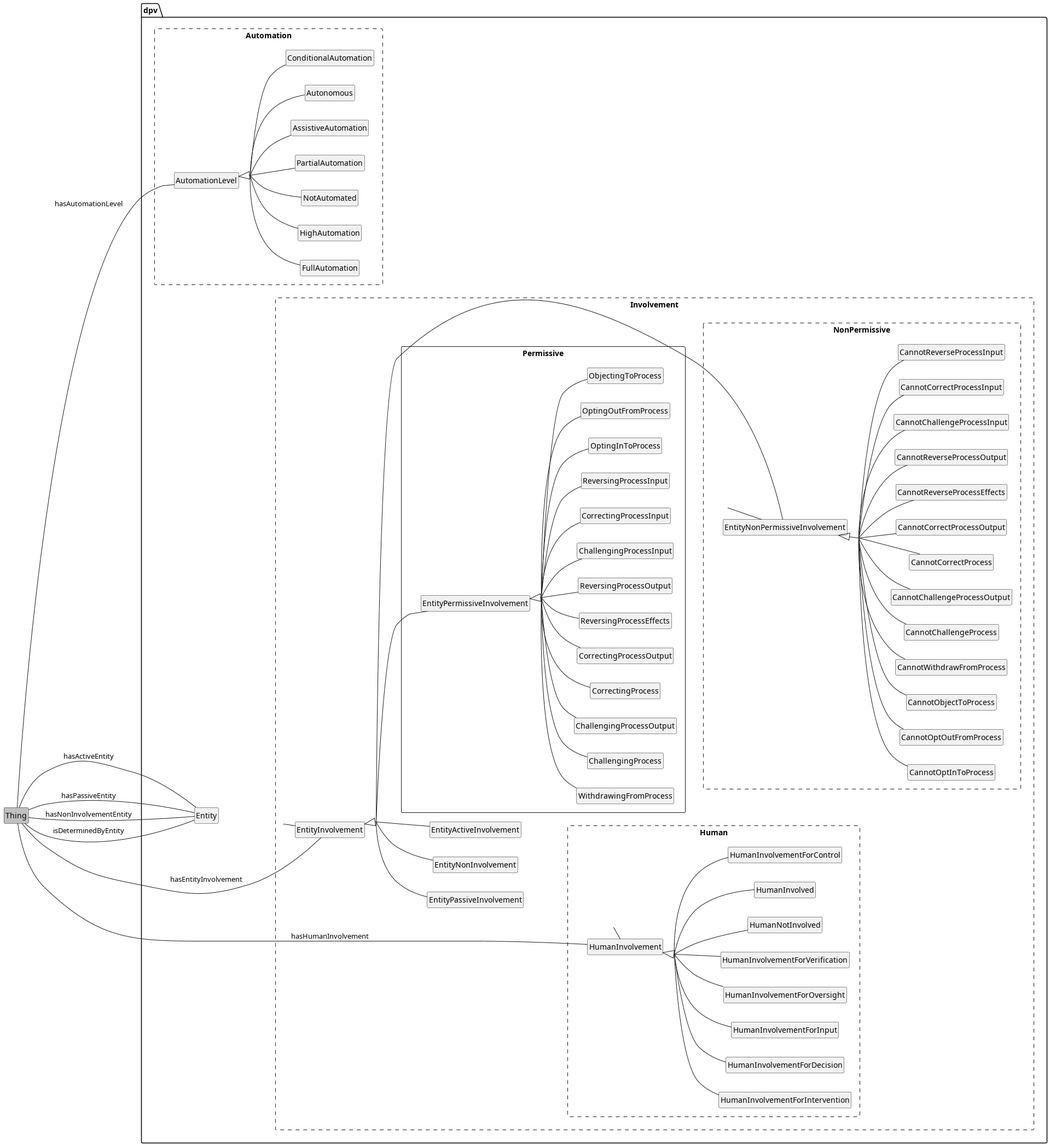
w3c/dpv keeps this PlantUML diagram as 2.0/diagrams/Processing_Context.png. Above is the earlier version. Its diagram source:
```plantuml
@startuml
!include style.plantuml
left to right direction
skinparam groupInheritance 2

class Thing #silver
package dpv {
    class Entity
    package Automation <<Rectangle>> #line.dashed {
        class AutomationLevel
        class AssistiveAutomation
        class Autonomous
        class ConditionalAutomation
        class FullAutomation
        class HighAutomation
        class NotAutomated
        class PartialAutomation
    }
    package Involvement <<Rectangle>> #line.dashed {
        class EntityInvolvement
        package Permissive <<Rectangle>> {
            class EntityPermissiveInvolvement
            class OptingInToProcess
            class OptingOutFromProcess
            class ObjectingToProcess
            class WithdrawingFromProcess
            class ChallengingProcess
            class ChallengingProcessOutput
            class CorrectingProcess
            class CorrectingProcessOutput
            class ReversingProcessEffects
            class ReversingProcessOutput
            class ChallengingProcessInput
            class CorrectingProcessInput
            class ReversingProcessInput
        }
        package NonPermissive <<Rectangle>> #line.dashed {
            class EntityNonPermissiveInvolvement
            class CannotOptInToProcess
            class CannotOptOutFromProcess
            class CannotObjectToProcess
            class CannotWithdrawFromProcess
            class CannotChallengeProcess
            class CannotChallengeProcessOutput
            class CannotCorrectProcess
            class CannotCorrectProcessOutput
            class CannotReverseProcessEffects
            class CannotReverseProcessOutput
            class CannotChallengeProcessInput
            class CannotCorrectProcessInput
            class CannotReverseProcessInput
        }
        class EntityActiveInvolvement
        class EntityPassiveInvolvement
        class EntityNonInvolvement
        package Human <<Rectangle>> #line.dashed {
            class HumanInvolvement
            class HumanInvolved
            class HumanInvolvementForControl
            class HumanInvolvementForIntervention
            class HumanInvolvementForDecision
            class HumanInvolvementForInput
            class HumanInvolvementForOversight
            class HumanInvolvementForVerification
            class HumanNotInvolved
        }
    }
}

Thing -- AutomationLevel : hasAutomationLevel
AutomationLevel <|-- AssistiveAutomation
AutomationLevel <|-- Autonomous
AutomationLevel <|-- ConditionalAutomation
AutomationLevel <|-- FullAutomation
AutomationLevel <|-- HighAutomation
AutomationLevel <|-- NotAutomated
AutomationLevel <|-- PartialAutomation

Thing -- EntityInvolvement : hasEntityInvolvement
EntityInvolvement <|-- EntityPermissiveInvolvement
EntityInvolvement <|-- EntityNonPermissiveInvolvement
EntityInvolvement <|-- EntityActiveInvolvement
EntityInvolvement <|-- EntityPassiveInvolvement
EntityInvolvement <|-- EntityNonInvolvement

Thing -- Entity : hasActiveEntity
Thing -- Entity : hasPassiveEntity
Thing -- Entity : hasNonInvolvementEntity
Thing -- Entity : isDeterminedByEntity

Entity -[hidden]- EntityInvolvement

EntityPermissiveInvolvement <|-- OptingInToProcess
EntityPermissiveInvolvement <|-- OptingOutFromProcess
EntityPermissiveInvolvement <|-- ObjectingToProcess
EntityPermissiveInvolvement <|-- WithdrawingFromProcess
EntityPermissiveInvolvement <|-- ChallengingProcess
EntityPermissiveInvolvement <|-- ChallengingProcessOutput
EntityPermissiveInvolvement <|-- CorrectingProcess
EntityPermissiveInvolvement <|-- CorrectingProcessOutput
EntityPermissiveInvolvement <|-- ReversingProcessEffects
EntityPermissiveInvolvement <|-- ReversingProcessOutput
EntityPermissiveInvolvement <|-- ChallengingProcessInput
EntityPermissiveInvolvement <|-- CorrectingProcessInput
EntityPermissiveInvolvement <|-- ReversingProcessInput

OptingInToProcess -[hidden]- EntityNonPermissiveInvolvement
EntityActiveInvolvement -[hidden]- HumanInvolvement

EntityNonPermissiveInvolvement <|-- CannotOptInToProcess
EntityNonPermissiveInvolvement <|-- CannotOptOutFromProcess
EntityNonPermissiveInvolvement <|-- CannotObjectToProcess
EntityNonPermissiveInvolvement <|-- CannotWithdrawFromProcess
EntityNonPermissiveInvolvement <|-- CannotChallengeProcess
EntityNonPermissiveInvolvement <|-- CannotChallengeProcessOutput
EntityNonPermissiveInvolvement <|-- CannotCorrectProcess
EntityNonPermissiveInvolvement <|-- CannotCorrectProcessOutput
EntityNonPermissiveInvolvement <|-- CannotReverseProcessEffects
EntityNonPermissiveInvolvement <|-- CannotReverseProcessOutput
EntityNonPermissiveInvolvement <|-- CannotChallengeProcessInput
EntityNonPermissiveInvolvement <|-- CannotCorrectProcessInput
EntityNonPermissiveInvolvement <|-- CannotReverseProcessInput

Thing -- HumanInvolvement : hasHumanInvolvement
HumanInvolvement <|-- HumanInvolved
HumanInvolvement <|-- HumanInvolvementForControl
HumanInvolvement <|-- HumanInvolvementForIntervention
HumanInvolvement <|-- HumanInvolvementForDecision
HumanInvolvement <|-- HumanInvolvementForInput
HumanInvolvement <|-- HumanInvolvementForOversight
HumanInvolvement <|-- HumanInvolvementForVerification
HumanInvolvement <|-- HumanNotInvolved

@enduml
```
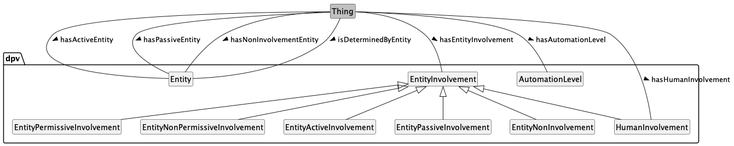
The same diagram one commit later.

What changed in the source:
```diff
@@ -1,134 +1,35 @@
 @startuml
 !include style.plantuml
-left to right direction
-skinparam groupInheritance 2
 
 class Thing #silver
+
 package dpv {
     class Entity
-    package Automation <<Rectangle>> #line.dashed {
-        class AutomationLevel
-        class AssistiveAutomation
-        class Autonomous
-        class ConditionalAutomation
-        class FullAutomation
-        class HighAutomation
-        class NotAutomated
-        class PartialAutomation
-    }
-    package Involvement <<Rectangle>> #line.dashed {
-        class EntityInvolvement
-        package Permissive <<Rectangle>> {
-            class EntityPermissiveInvolvement
-            class OptingInToProcess
-            class OptingOutFromProcess
-            class ObjectingToProcess
-            class WithdrawingFromProcess
-            class ChallengingProcess
-            class ChallengingProcessOutput
-            class CorrectingProcess
-            class CorrectingProcessOutput
-            class ReversingProcessEffects
-            class ReversingProcessOutput
-            class ChallengingProcessInput
-            class CorrectingProcessInput
-            class ReversingProcessInput
-        }
-        package NonPermissive <<Rectangle>> #line.dashed {
-            class EntityNonPermissiveInvolvement
-            class CannotOptInToProcess
-            class CannotOptOutFromProcess
-            class CannotObjectToProcess
-            class CannotWithdrawFromProcess
-            class CannotChallengeProcess
-            class CannotChallengeProcessOutput
-            class CannotCorrectProcess
-            class CannotCorrectProcessOutput
-            class CannotReverseProcessEffects
-            class CannotReverseProcessOutput
-            class CannotChallengeProcessInput
-            class CannotCorrectProcessInput
-            class CannotReverseProcessInput
-        }
-        class EntityActiveInvolvement
-        class EntityPassiveInvolvement
-        class EntityNonInvolvement
-        package Human <<Rectangle>> #line.dashed {
-            class HumanInvolvement
-            class HumanInvolved
-            class HumanInvolvementForControl
-            class HumanInvolvementForIntervention
-            class HumanInvolvementForDecision
-            class HumanInvolvementForInput
-            class HumanInvolvementForOversight
-            class HumanInvolvementForVerification
-            class HumanNotInvolved
-        }
-    }
+    class EntityInvolvement
+    class EntityPermissiveInvolvement
+    class EntityNonPermissiveInvolvement
+    class EntityActiveInvolvement
+    class EntityPassiveInvolvement
+    class EntityNonInvolvement
+    class HumanInvolvement
+    class AutomationLevel
 }
 
-Thing -- AutomationLevel : hasAutomationLevel
-AutomationLevel <|-- AssistiveAutomation
-AutomationLevel <|-- Autonomous
-AutomationLevel <|-- ConditionalAutomation
-AutomationLevel <|-- FullAutomation
-AutomationLevel <|-- HighAutomation
-AutomationLevel <|-- NotAutomated
-AutomationLevel <|-- PartialAutomation
 
-Thing -- EntityInvolvement : hasEntityInvolvement
+Thing -- EntityInvolvement : hasEntityInvolvement >
 EntityInvolvement <|-- EntityPermissiveInvolvement
 EntityInvolvement <|-- EntityNonPermissiveInvolvement
 EntityInvolvement <|-- EntityActiveInvolvement
 EntityInvolvement <|-- EntityPassiveInvolvement
 EntityInvolvement <|-- EntityNonInvolvement
+EntityInvolvement <|-- HumanInvolvement
 
-Thing -- Entity : hasActiveEntity
-Thing -- Entity : hasPassiveEntity
-Thing -- Entity : hasNonInvolvementEntity
-Thing -- Entity : isDeterminedByEntity
+Thing -- Entity : hasActiveEntity >
+Thing -- Entity : hasPassiveEntity >
+Thing -- Entity : hasNonInvolvementEntity >
+Thing -- Entity : isDeterminedByEntity >
 
-Entity -[hidden]- EntityInvolvement
-
-EntityPermissiveInvolvement <|-- OptingInToProcess
-EntityPermissiveInvolvement <|-- OptingOutFromProcess
-EntityPermissiveInvolvement <|-- ObjectingToProcess
-EntityPermissiveInvolvement <|-- WithdrawingFromProcess
-EntityPermissiveInvolvement <|-- ChallengingProcess
-EntityPermissiveInvolvement <|-- ChallengingProcessOutput
-EntityPermissiveInvolvement <|-- CorrectingProcess
-EntityPermissiveInvolvement <|-- CorrectingProcessOutput
-EntityPermissiveInvolvement <|-- ReversingProcessEffects
-EntityPermissiveInvolvement <|-- ReversingProcessOutput
-EntityPermissiveInvolvement <|-- ChallengingProcessInput
-EntityPermissiveInvolvement <|-- CorrectingProcessInput
-EntityPermissiveInvolvement <|-- ReversingProcessInput
-
-OptingInToProcess -[hidden]- EntityNonPermissiveInvolvement
-EntityActiveInvolvement -[hidden]- HumanInvolvement
-
-EntityNonPermissiveInvolvement <|-- CannotOptInToProcess
-EntityNonPermissiveInvolvement <|-- CannotOptOutFromProcess
-EntityNonPermissiveInvolvement <|-- CannotObjectToProcess
-EntityNonPermissiveInvolvement <|-- CannotWithdrawFromProcess
-EntityNonPermissiveInvolvement <|-- CannotChallengeProcess
-EntityNonPermissiveInvolvement <|-- CannotChallengeProcessOutput
-EntityNonPermissiveInvolvement <|-- CannotCorrectProcess
-EntityNonPermissiveInvolvement <|-- CannotCorrectProcessOutput
-EntityNonPermissiveInvolvement <|-- CannotReverseProcessEffects
-EntityNonPermissiveInvolvement <|-- CannotReverseProcessOutput
-EntityNonPermissiveInvolvement <|-- CannotChallengeProcessInput
-EntityNonPermissiveInvolvement <|-- CannotCorrectProcessInput
-EntityNonPermissiveInvolvement <|-- CannotReverseProcessInput
-
-Thing -- HumanInvolvement : hasHumanInvolvement
-HumanInvolvement <|-- HumanInvolved
-HumanInvolvement <|-- HumanInvolvementForControl
-HumanInvolvement <|-- HumanInvolvementForIntervention
-HumanInvolvement <|-- HumanInvolvementForDecision
-HumanInvolvement <|-- HumanInvolvementForInput
-HumanInvolvement <|-- HumanInvolvementForOversight
-HumanInvolvement <|-- HumanInvolvementForVerification
-HumanInvolvement <|-- HumanNotInvolved
+Thing -- HumanInvolvement : hasHumanInvolvement >
+Thing -- AutomationLevel : hasAutomationLevel >
 
 @enduml
```
